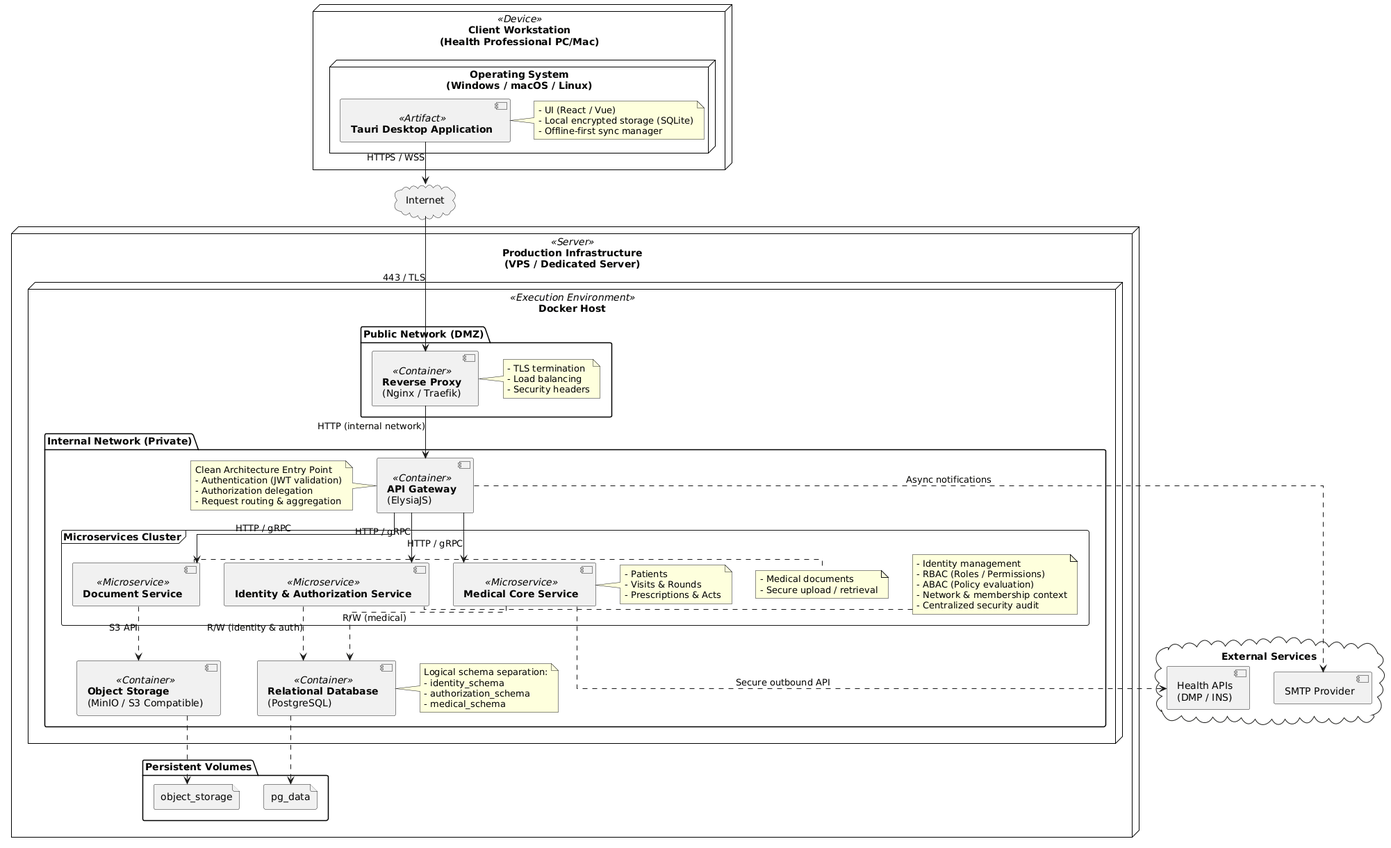
epitexam/lellis-backend-api keeps this PlantUML diagram as docs/deployment_diagram.png. Above is the earlier version.
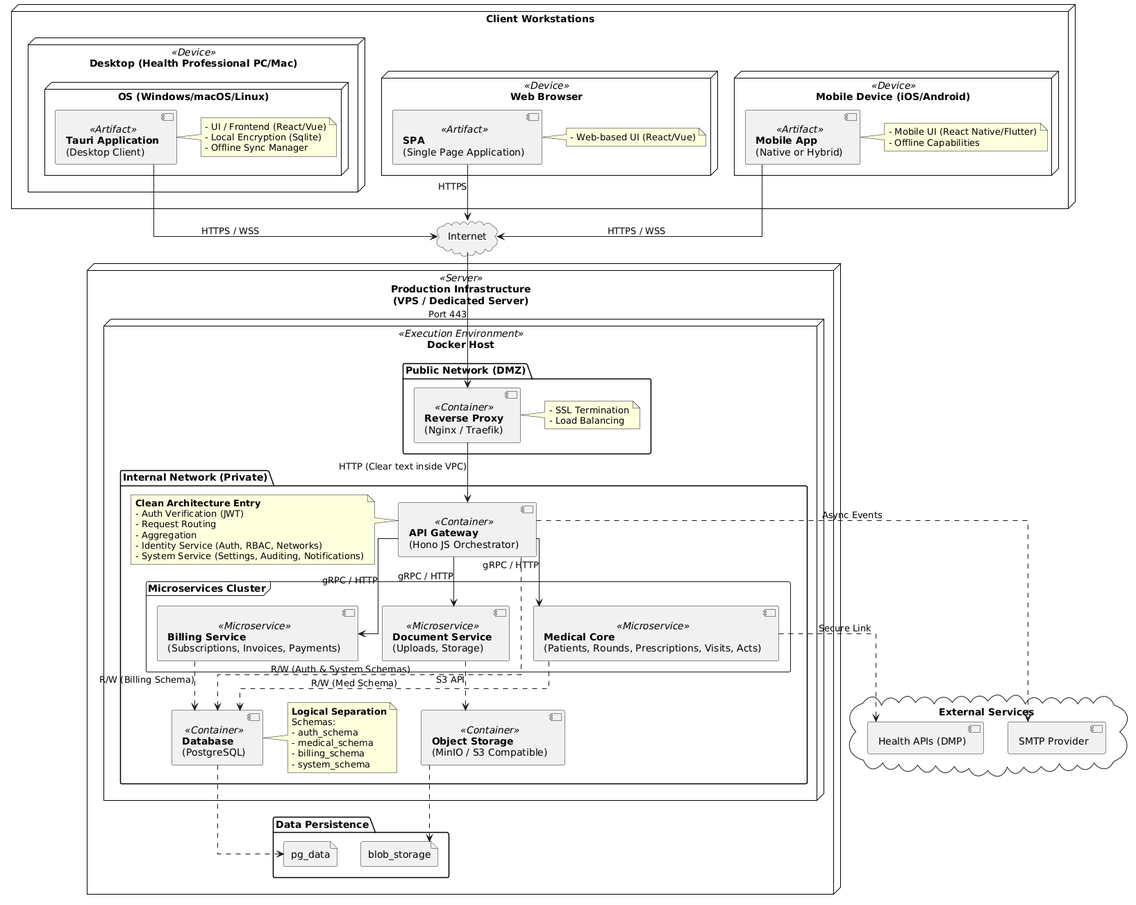
Above is the later version.

Commit message:
Updating deployment diagram

The edit, as a diff of the source:
```diff
@@ -7,19 +7,36 @@
 skinparam componentStyle uml2
 
 
-node "Client Workstation\n(Health Professional PC/Mac)" as ClientNode <<Device>> {
-    node "Operating System\n(Windows / macOS / Linux)" {
-        component [**Tauri Desktop Application**] as TauriApp <<Artifact>>
-        note right of TauriApp
-          - UI (React / Vue)
-          - Local encrypted storage (SQLite)
-          - Offline-first sync manager
+node "Client Workstations" as Clients {
+    node "Desktop (Health Professional PC/Mac)" as DesktopNode <<Device>> {
+        node "OS (Windows/macOS/Linux)" {
+            component [**Tauri Application**\n(Desktop Client)] as TauriApp <<Artifact>>
+            note right of TauriApp
+              - UI / Frontend (React/Vue)
+              - Local Encryption (Sqlite)
+              - Offline Sync Manager
+            end note
+        }
+    }
+
+    node "Web Browser" as WebNode <<Device>> {
+        component [**SPA**\n(Single Page Application)] as SpaApp <<Artifact>>
+        note right of SpaApp
+          - Web-based UI (React/Vue)
+        end note
+    }
+
+    node "Mobile Device (iOS/Android)" as MobileNode <<Device>> {
+        component [**Mobile App**\n(Native or Hybrid)] as MobileApp <<Artifact>>
+        note right of MobileApp
+          - Mobile UI (React Native/Flutter)
+          - Offline Capabilities
         end note
     }
 }
 
-cloud "Internet" as Internet
-
+cloud "Internet" as Internet {
+}
 
 node "Production Infrastructure\n(VPS / Dedicated Server)" as ServerNode <<Server>> {
 
@@ -28,87 +45,77 @@
         package "Public Network (DMZ)" {
             component [**Reverse Proxy**\n(Nginx / Traefik)] as Proxy <<Container>>
             note right of Proxy
-              - TLS termination
-              - Load balancing
-              - Security headers
+              - SSL Termination
+              - Load Balancing
             end note
         }
 
         package "Internal Network (Private)" {
 
-            component [**API Gateway**\n(ElysiaJS)] as Gateway <<Container>>
+            component [**API Gateway**\n(Hono JS Orchestrator)] as Gateway <<Container>>
             note left of Gateway
-              Clean Architecture Entry Point
-              - Authentication (JWT validation)
-              - Authorization delegation
-              - Request routing & aggregation
+               **Clean Architecture Entry**
+               - Auth Verification (JWT)
+               - Request Routing
+               - Aggregation
+               - Identity Service (Auth, RBAC, Networks)
+               - System Service (Settings, Auditing, Notifications)
             end note
 
             frame "Microservices Cluster" {
+                component [**Medical Core**\n(Patients, Rounds, Prescriptions, Visits, Acts)] as SvcMed <<Microservice>>
 
-                component [**Identity & Authorization Service**] as SvcAuth <<Microservice>>
-                note right of SvcAuth
-                  - Identity management
-                  - RBAC (Roles / Permissions)
-                  - ABAC (Policy evaluation)
-                  - Network & membership context
-                  - Centralized security audit
-                end note
+                component [**Document Service**\n(Uploads, Storage)] as SvcDoc <<Microservice>>
 
-                component [**Medical Core Service**] as SvcMed <<Microservice>>
-                note right of SvcMed
-                  - Patients
-                  - Visits & Rounds
-                  - Prescriptions & Acts
-                end note
-
-                component [**Document Service**] as SvcDoc <<Microservice>>
-                note right of SvcDoc
-                  - Medical documents
-                  - Secure upload / retrieval
-                end note
+                component [**Billing Service**\n(Subscriptions, Invoices, Payments)] as SvcBilling <<Microservice>>
             }
 
-            component [**Relational Database**\n(PostgreSQL)] as DBServer <<Container>>
+            component [**Database**\n(PostgreSQL)] as DBServer <<Container>>
             note right of DBServer
-              Logical schema separation:
-              - identity_schema
-              - authorization_schema
+              **Logical Separation**
+              Schemas:
+              - auth_schema
               - medical_schema
+              - billing_schema
+              - system_schema
             end note
 
             component [**Object Storage**\n(MinIO / S3 Compatible)] as FileStore <<Container>>
         }
     }
 
-    folder "Persistent Volumes" as Volumes {
+    folder "Data Persistence" as Volumes {
         file "pg_data" as VolDB
-        file "object_storage" as VolDocs
+        file "blob_storage" as VolDocs
     }
 }
 
-
 cloud "External Services" as External {
-    component [SMTP Provider] as SMTP
-    component [Health APIs\n(DMP / INS)] as MedAPI
+    [SMTP Provider] as SMTP
+    [Health APIs (DMP)] as MedAPI
 }
 
 
 TauriApp --> Internet : HTTPS / WSS
-Internet --> Proxy : 443 / TLS
-Proxy --> Gateway : HTTP (internal network)
+SpaApp --> Internet : HTTPS
+MobileApp --> Internet : HTTPS / WSS
 
-Gateway --> SvcAuth : HTTP / gRPC
-Gateway --> SvcMed : HTTP / gRPC
-Gateway --> SvcDoc : HTTP / gRPC
+Internet --> Proxy : Port 443
 
-SvcAuth ..> DBServer : R/W (identity & auth)
-SvcMed ..> DBServer : R/W (medical)
+Proxy --> Gateway : HTTP (Clear text inside VPC)
+
+Gateway --> SvcMed : gRPC / HTTP
+Gateway --> SvcDoc : gRPC / HTTP
+Gateway --> SvcBilling : gRPC / HTTP
+
+Gateway ..> DBServer : R/W (Auth & System Schemas)
+SvcMed ..> DBServer : R/W (Med Schema)
+SvcBilling ..> DBServer : R/W (Billing Schema)
 SvcDoc ..> FileStore : S3 API
 
 DBServer ..> VolDB
 FileStore ..> VolDocs
 
-Gateway ..> SMTP : Async notifications
-SvcMed ..> MedAPI : Secure outbound API
+Gateway ..> SMTP : Async Events
+SvcMed ..> MedAPI : Secure Link
 @enduml
```
